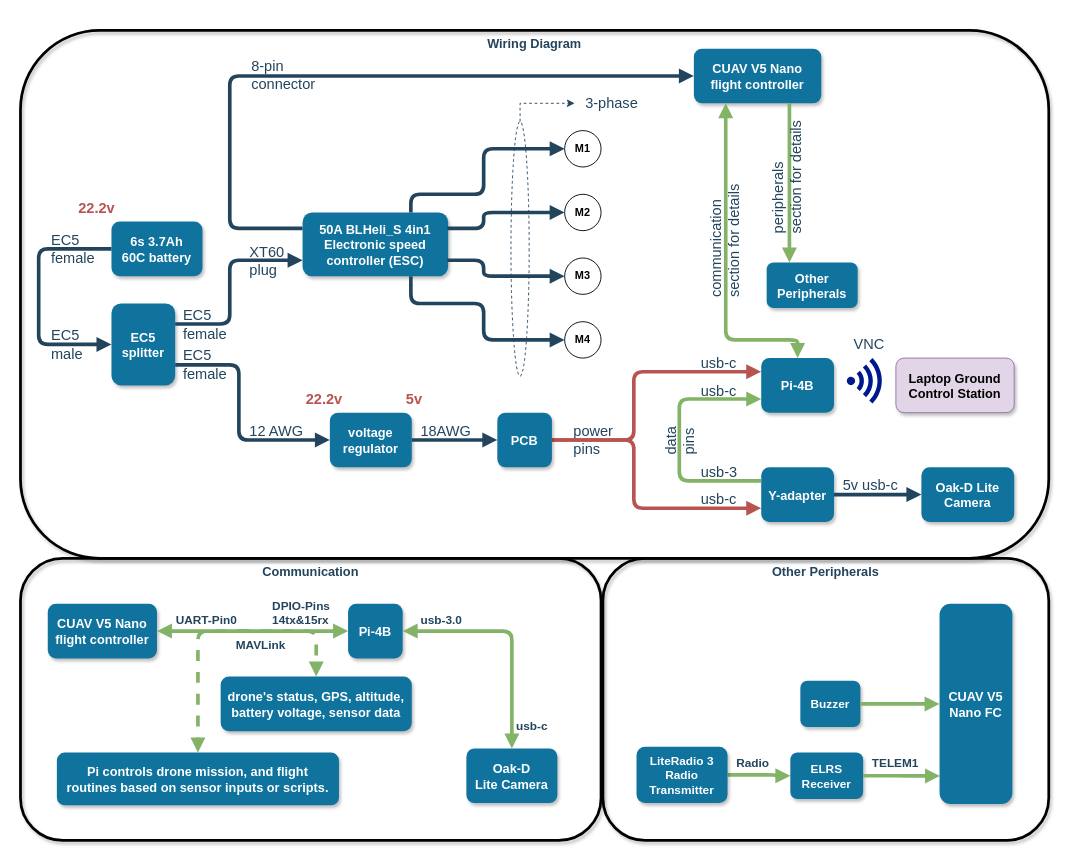
Above: electrical-design/wiring-diagram.drawio in MichaelThamm/autonomous-drone (draw.io), before the change. Source tidied: cells renumbered, new cells numbered last; positions are measured from the earlier drawing's top-left corner, leaving out a move shared by most shapes. Both pictures are drawn from the tidied source at 91%, with x=0, y=0 at pixel (20, 15).
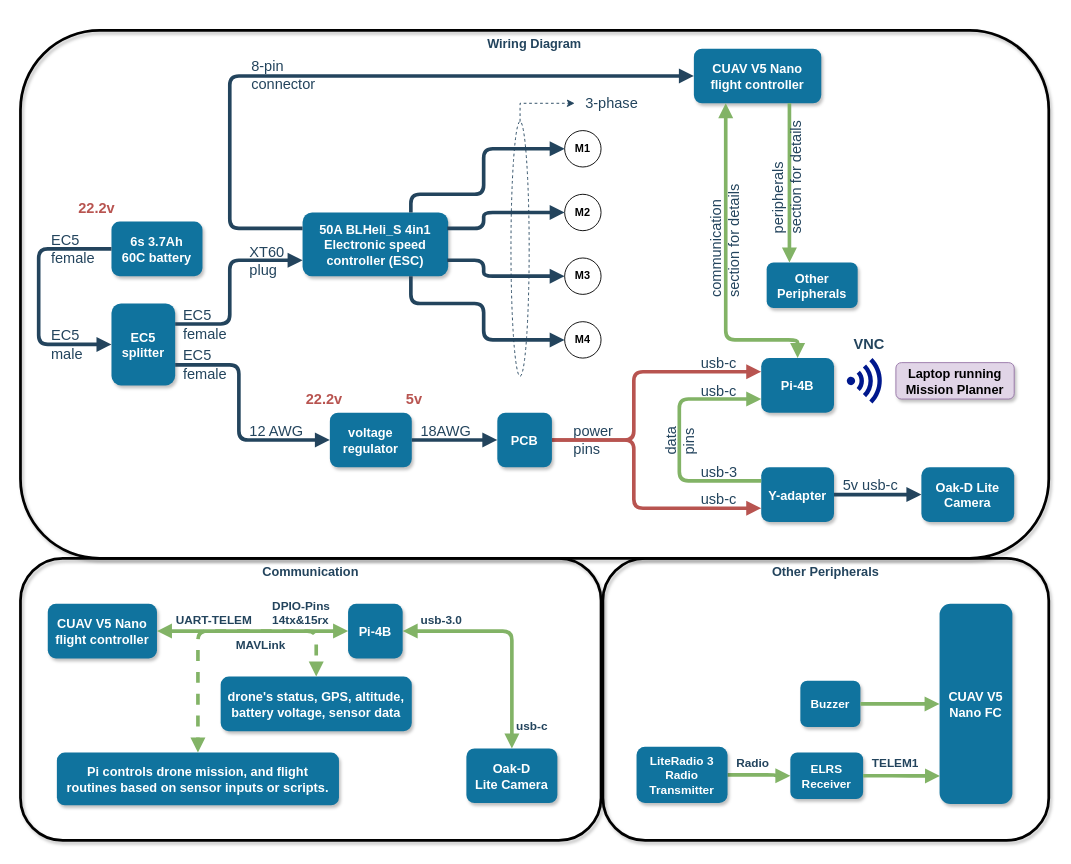
The same page after the edit.

Commit message (it also covers changes not shown here):
Finalize direction

Diff of the diagram source:
```diff
@@
-    <mxCell id="61" value="&lt;div style=&quot;font-size: 13px;&quot;&gt;&lt;font style=&quot;font-size: 13px;&quot;&gt;UART-Pin0&lt;/font&gt;&lt;/div&gt;" style="edgeLabel;html=1;align=left;verticalAlign=middle;labelBackgroundColor=none;fontColor=#23445D;fontStyle=1;fontSize=13;" parent="1" vertex="1">
+    <mxCell id="61" value="&lt;div style=&quot;font-size: 13px;&quot;&gt;&lt;font style=&quot;font-size: 13px;&quot;&gt;UART-TELEM&lt;/font&gt;&lt;/div&gt;" style="edgeLabel;html=1;align=left;verticalAlign=middle;labelBackgroundColor=none;fontColor=#23445D;fontStyle=1;fontSize=13;" parent="1" vertex="1">
       <mxGeometry x="147" y="599" as="geometry">
         <mxPoint x="22" y="64" as="offset" />
       </mxGeometry>
     </mxCell>
@@
-    <mxCell id="81" value="Laptop Ground &#10;Control Station" style="rounded=1;fillColor=#e1d5e7;strokeColor=#9673a6;shadow=1;fontStyle=1;fontSize=14;" parent="1" vertex="1">
-      <mxGeometry x="962" y="376" width="130" height="60" as="geometry" />
+    <mxCell id="81" value="Laptop running&#10;Mission Planner" style="rounded=1;fillColor=#e1d5e7;strokeColor=#9673a6;shadow=1;fontStyle=1;fontSize=14;" parent="1" vertex="1">
+      <mxGeometry x="962" y="381" width="130" height="40" as="geometry" />
     </mxCell>
-    <mxCell id="82" value="&lt;span style=&quot;font-size: 16px;&quot;&gt;VNC&lt;/span&gt;" style="edgeLabel;html=1;align=left;verticalAlign=middle;labelBackgroundColor=none;fontColor=#23445D;" parent="1" vertex="1">
+    <mxCell id="82" value="&lt;span style=&quot;font-size: 16px;&quot;&gt;&lt;b&gt;VNC&lt;/b&gt;&lt;/span&gt;" style="edgeLabel;html=1;align=left;verticalAlign=middle;labelBackgroundColor=none;fontColor=#23445D;" parent="1" vertex="1">
       <mxGeometry x="892" y="296" as="geometry">
         <mxPoint x="22" y="64" as="offset" />
       </mxGeometry>
     </mxCell>
```
